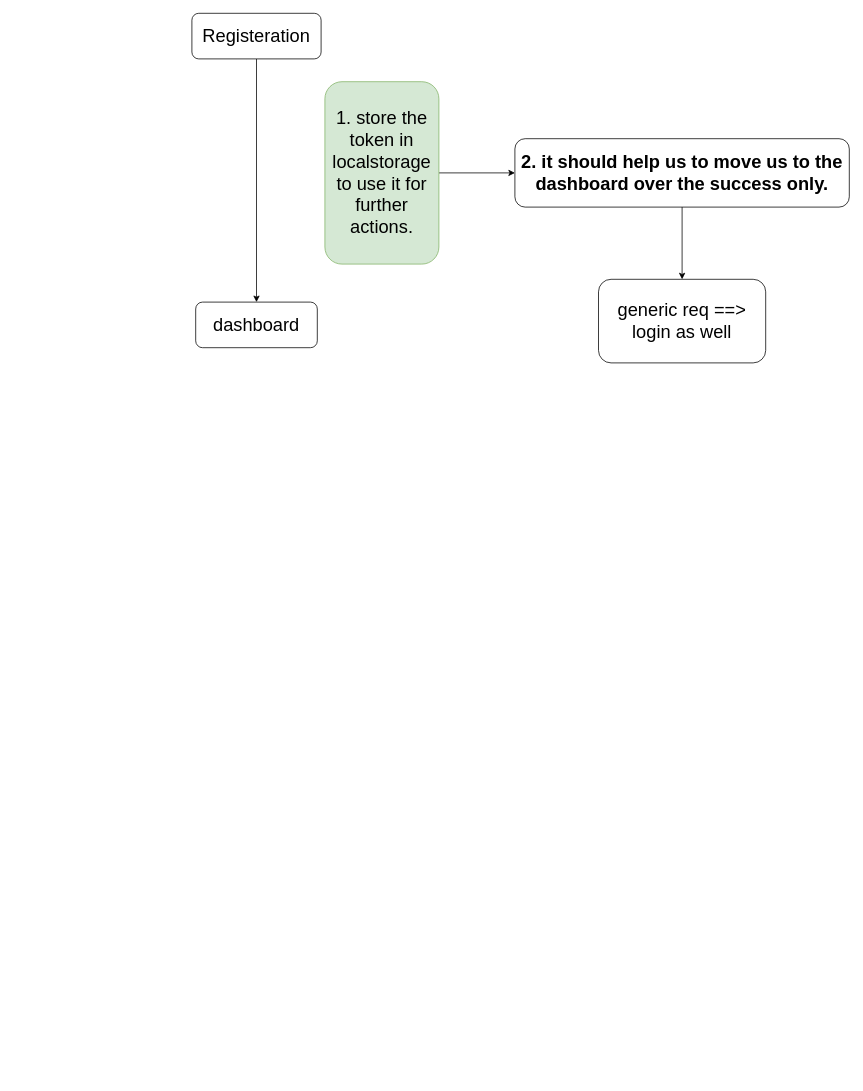
The draw.io diagram page "dashboard" (12 of 12) of Untitled Diagram.drawio in abhinandanchivate/ibm-react-feb, before the edit. Source tidied: cells renumbered, new cells numbered last; positions are measured from the earlier drawing's top-left corner, leaving out a move shared by most shapes. Both pictures are drawn from the tidied source at 76%, with x=0, y=0 at pixel (192, 13).
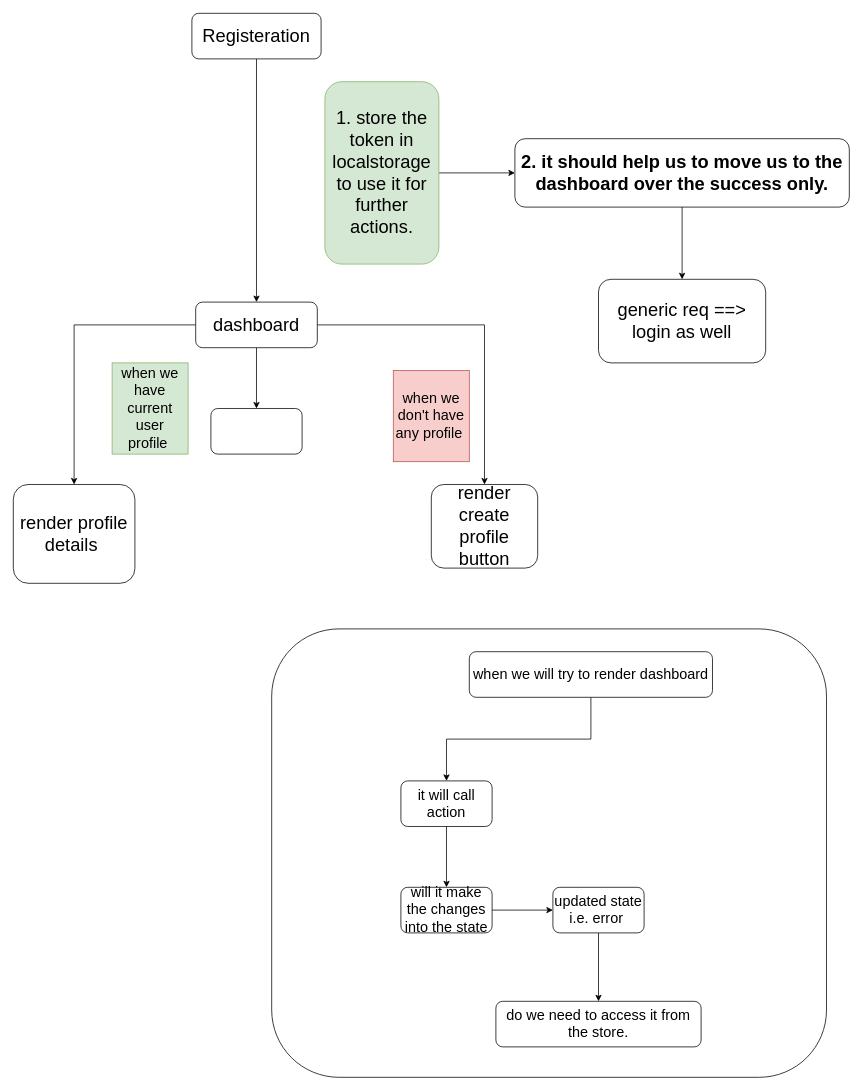
The same diagram, later.

Unchanged cells that the change refers to:
```xml
<mxCell id="4" value="dashboard" style="whiteSpace=wrap;html=1;rounded=1;fontSize=24;" parent="1" vertex="1">
  <mxGeometry x="5" y="380" width="160" height="60" as="geometry" />
</mxCell>
```

What changed in the source:
```diff
@@
+    <mxCell id="10" style="rounded=1;whiteSpace=wrap;html=1;" parent="1" vertex="1">
+      <mxGeometry x="105" y="810" width="730" height="590" as="geometry" />
+    </mxCell>
@@
+    <mxCell id="11" style="edgeStyle=orthogonalEdgeStyle;rounded=0;jettySize=auto;html=1;" parent="1" edge="1" source="4" target="14">
+      <mxGeometry relative="1" as="geometry" />
+    </mxCell>
+    <mxCell id="12" style="edgeStyle=orthogonalEdgeStyle;rounded=0;jettySize=auto;html=1;" parent="1" edge="1" source="4" target="15">
+      <mxGeometry relative="1" as="geometry" />
+    </mxCell>
+    <mxCell id="13" style="edgeStyle=orthogonalEdgeStyle;rounded=0;jettySize=auto;html=1;" parent="1" edge="1" source="4" target="18">
+      <mxGeometry relative="1" as="geometry" />
+    </mxCell>
@@
+    <mxCell id="14" value="render profile details&amp;nbsp;" style="whiteSpace=wrap;html=1;fontSize=24;rounded=1;" parent="1" vertex="1">
+      <mxGeometry x="-235" y="620" width="160" height="130" as="geometry" />
+    </mxCell>
+    <mxCell id="15" value="render create profile button" style="whiteSpace=wrap;html=1;fontSize=24;rounded=1;" parent="1" vertex="1">
+      <mxGeometry x="315" y="620" width="140" height="110" as="geometry" />
+    </mxCell>
+    <mxCell id="16" value="when we don't have any profile&amp;nbsp;" style="text;html=1;whiteSpace=wrap;strokeColor=#b85450;fillColor=#f8cecc;align=center;verticalAlign=middle;rounded=0;fontSize=19;" parent="1" vertex="1">
+      <mxGeometry x="265" y="470" width="100" height="120" as="geometry" />
+    </mxCell>
+    <mxCell id="17" value="when we have current user profile&amp;nbsp;" style="text;html=1;whiteSpace=wrap;strokeColor=#82b366;fillColor=#d5e8d4;align=center;verticalAlign=middle;rounded=0;fontSize=19;" parent="1" vertex="1">
+      <mxGeometry x="-105" y="460" width="100" height="120" as="geometry" />
+    </mxCell>
+    <mxCell id="18" style="whiteSpace=wrap;html=1;fontSize=24;rounded=1;" parent="1" vertex="1">
+      <mxGeometry x="25" y="520" width="120" height="60" as="geometry" />
+    </mxCell>
+    <mxCell id="19" style="edgeStyle=orthogonalEdgeStyle;rounded=0;jettySize=auto;html=1;" parent="1" edge="1" source="20" target="22">
+      <mxGeometry relative="1" as="geometry" />
+    </mxCell>
+    <mxCell id="20" value="when we will try to render dashboard" style="rounded=1;whiteSpace=wrap;html=1;fontSize=19;" parent="1" vertex="1">
+      <mxGeometry x="365" y="840" width="320" height="60" as="geometry" />
+    </mxCell>
+    <mxCell id="21" style="edgeStyle=orthogonalEdgeStyle;rounded=0;jettySize=auto;html=1;" parent="1" edge="1" source="22" target="24">
+      <mxGeometry relative="1" as="geometry" />
+    </mxCell>
+    <mxCell id="22" value="it will call action" style="whiteSpace=wrap;html=1;fontSize=19;rounded=1;" parent="1" vertex="1">
+      <mxGeometry x="275" y="1010" width="120" height="60" as="geometry" />
+    </mxCell>
+    <mxCell id="23" style="edgeStyle=orthogonalEdgeStyle;rounded=0;jettySize=auto;html=1;" parent="1" edge="1" source="24" target="26">
+      <mxGeometry relative="1" as="geometry" />
+    </mxCell>
+    <mxCell id="24" value="will it make the changes into the state" style="whiteSpace=wrap;html=1;fontSize=19;rounded=1;" parent="1" vertex="1">
+      <mxGeometry x="275" y="1150" width="120" height="60" as="geometry" />
+    </mxCell>
+    <mxCell id="25" style="edgeStyle=orthogonalEdgeStyle;rounded=0;jettySize=auto;html=1;" parent="1" edge="1" source="26" target="27">
+      <mxGeometry relative="1" as="geometry" />
+    </mxCell>
+    <mxCell id="26" value="updated state i.e. error&amp;nbsp;" style="whiteSpace=wrap;html=1;fontSize=19;rounded=1;" parent="1" vertex="1">
+      <mxGeometry x="475" y="1150" width="120" height="60" as="geometry" />
+    </mxCell>
+    <mxCell id="27" value="do we need to access it from the store." style="whiteSpace=wrap;html=1;fontSize=19;rounded=1;" parent="1" vertex="1">
+      <mxGeometry x="400" y="1300" width="270" height="60" as="geometry" />
+    </mxCell>
```
